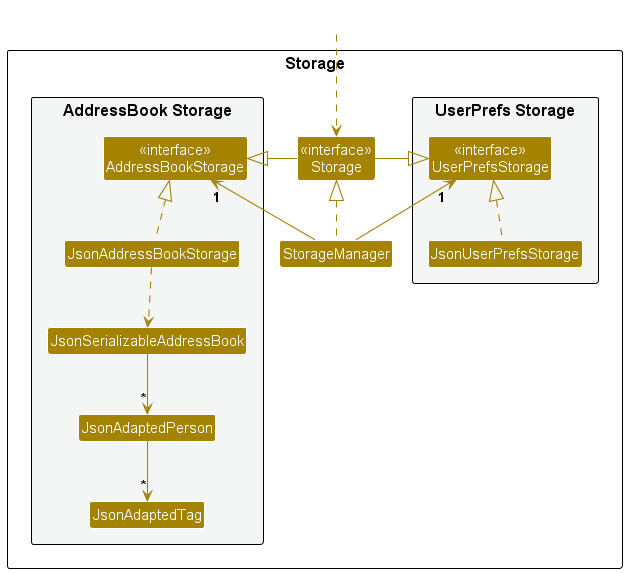
Earlier version of the PlantUML export docs/images/StorageClassDiagram.png (nus-cs2103-AY2425S1/tp).
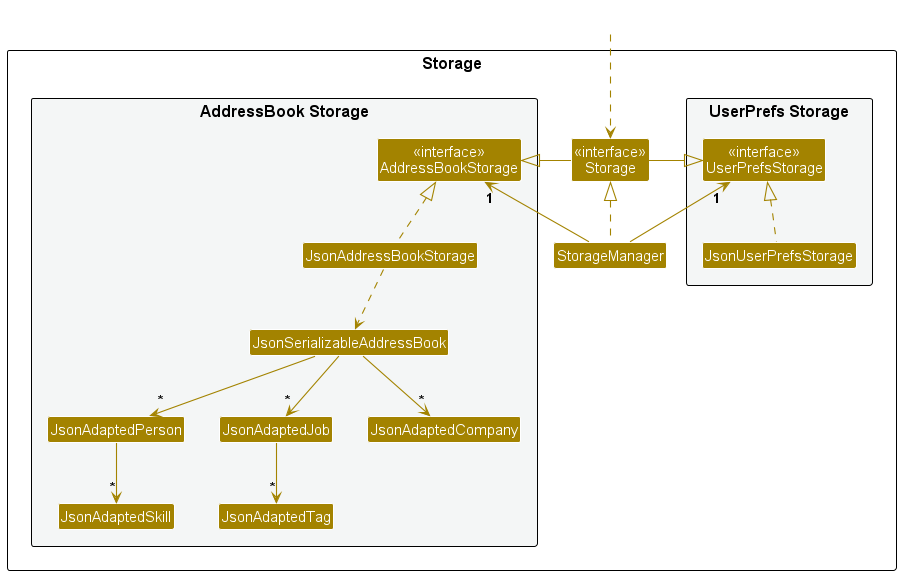
Above is the later version.

Commit message:
Update StorageClassDiagram and add use cases to DG

What changed in the source:
```diff
@@ -20,6 +20,9 @@
 Class JsonSerializableAddressBook
 Class JsonAdaptedPerson
 Class JsonAdaptedTag
+Class JsonAdaptedJob
+Class JsonAdaptedSkill
+Class JsonAdaptedCompany
 }
 
 }
@@ -38,6 +41,9 @@
 JsonAddressBookStorage .up.|> AddressBookStorage
 JsonAddressBookStorage ..> JsonSerializableAddressBook
 JsonSerializableAddressBook --> "*" JsonAdaptedPerson
-JsonAdaptedPerson --> "*" JsonAdaptedTag
+JsonSerializableAddressBook --> "*" JsonAdaptedJob
+JsonSerializableAddressBook --> "*" JsonAdaptedCompany
+JsonAdaptedPerson --> "*" JsonAdaptedSkill
+JsonAdaptedJob --> "*" JsonAdaptedTag
 
 @enduml
```
